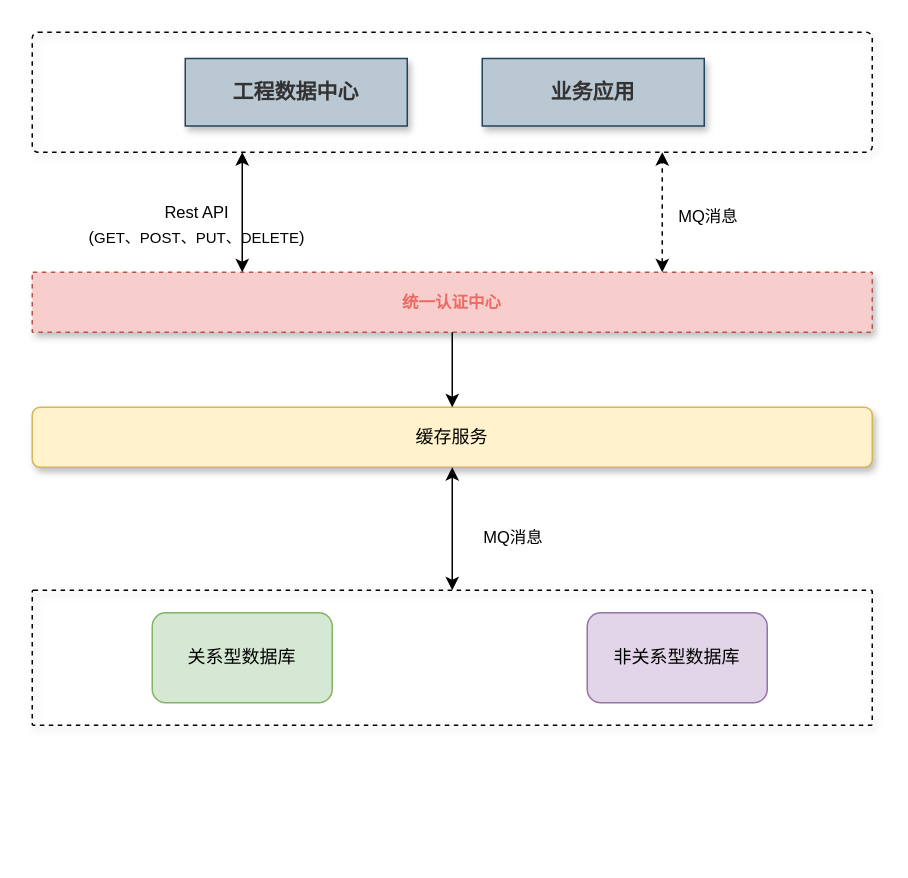
The draw.io diagram page "第 1 页" (1 of 2) of 东庄信息化项目-统一权限管理-同步流程.drawio in sun-beijixing/drawio, before the edit. Source tidied: cells renumbered, new cells numbered last; positions are measured from the earlier drawing's top-left corner, leaving out a move shared by most shapes. Both pictures are drawn from the tidied source at 150%, with x=0, y=0 at pixel (32, 32).
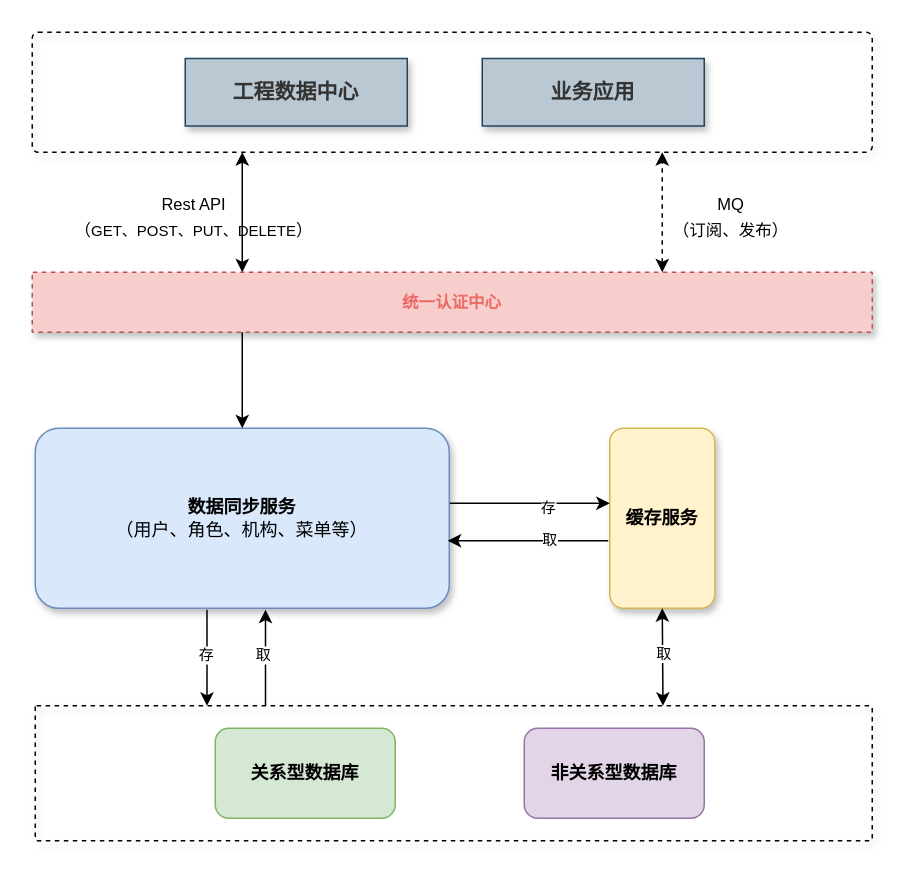
The same diagram, later.

Commit message (it also covers changes not shown here):
更新东庄信息化项目-统一权限管理-同步流程.drawio

The change refers to these unchanged cells:
```xml
<mxCell id="3" style="text;html=1;fillColor=#f8cecc;align=center;verticalAlign=middle;whiteSpace=wrap;fontSize=54;fontStyle=1;shadow=1;rounded=1;glass=0;sketch=0;arcSize=1;dashed=1;strokeWidth=1;strokeColor=#b85450;" parent="1" vertex="1">
  <mxGeometry y="160" width="560" height="40" as="geometry" />
</mxCell>
```

Diff of the diagram source:
```diff
@@
-    <mxCell id="7" value="&lt;font style=&quot;font-size: 11px;&quot;&gt;MQ消息&lt;/font&gt;" style="text;html=1;strokeColor=none;fillColor=none;align=center;verticalAlign=middle;whiteSpace=wrap;rounded=0;shadow=1;fontSize=14;" parent="1" vertex="1">
-      <mxGeometry x="420" y="110" width="62" height="24" as="geometry" />
+    <mxCell id="7" value="&lt;font style=&quot;font-size: 11px;&quot;&gt;MQ&lt;br&gt;（订阅、发布）&lt;br&gt;&lt;/font&gt;" style="text;html=1;strokeColor=none;fillColor=none;align=center;verticalAlign=middle;whiteSpace=wrap;rounded=0;shadow=1;fontSize=14;" parent="1" vertex="1">
+      <mxGeometry x="420" y="110" width="92" height="24" as="geometry" />
     </mxCell>
@@
     <mxCell id="9" style="text;html=1;fillColor=none;align=center;verticalAlign=middle;whiteSpace=wrap;fontSize=54;fontStyle=1;shadow=1;rounded=1;glass=0;sketch=0;arcSize=1;dashed=1;strokeWidth=1;strokeColor=default;" parent="1" vertex="1">
-      <mxGeometry y="372" width="560" height="90" as="geometry" />
+      <mxGeometry x="2" y="449" width="558" height="90" as="geometry" />
     </mxCell>
-    <mxCell id="10" value="关系型数据库" style="rounded=1;whiteSpace=wrap;html=1;fillColor=#d5e8d4;strokeColor=#82b366;" parent="1" vertex="1">
-      <mxGeometry x="80" y="387" width="120" height="60" as="geometry" />
+    <mxCell id="10" value="&lt;b&gt;关系型数据库&lt;/b&gt;" style="rounded=1;whiteSpace=wrap;html=1;fillColor=#d5e8d4;strokeColor=#82b366;" parent="1" vertex="1">
+      <mxGeometry x="122" y="464" width="120" height="60" as="geometry" />
     </mxCell>
-    <mxCell id="11" value="非关系型数据库" style="rounded=1;whiteSpace=wrap;html=1;fillColor=#e1d5e7;strokeColor=#9673a6;" parent="1" vertex="1">
-      <mxGeometry x="370" y="387" width="120" height="60" as="geometry" />
+    <mxCell id="11" value="&lt;b&gt;非关系型数据库&lt;/b&gt;" style="rounded=1;whiteSpace=wrap;html=1;fillColor=#e1d5e7;strokeColor=#9673a6;" parent="1" vertex="1">
+      <mxGeometry x="328" y="464" width="120" height="60" as="geometry" />
     </mxCell>
-    <mxCell id="12" value="缓存服务" style="rounded=1;whiteSpace=wrap;html=1;fillColor=#fff2cc;strokeColor=#d6b656;shadow=1;arcSize=13;" parent="1" vertex="1">
-      <mxGeometry y="250" width="560" height="40" as="geometry" />
+    <mxCell id="12" value="&lt;b&gt;缓存服务&lt;/b&gt;" style="rounded=1;whiteSpace=wrap;html=1;fillColor=#fff2cc;strokeColor=#d6b656;shadow=1;arcSize=13;" parent="1" vertex="1">
+      <mxGeometry x="385" y="264" width="70" height="120" as="geometry" />
     </mxCell>
-    <mxCell id="13" value="&lt;font style=&quot;font-size: 11px;&quot;&gt;Rest API&lt;br&gt;(&lt;/font&gt;&lt;font style=&quot;font-size: 10px;&quot;&gt;GET、POST、PUT、DELETE&lt;/font&gt;&lt;font style=&quot;font-size: 11px;&quot;&gt;)&lt;br&gt;&lt;/font&gt;" style="text;html=1;strokeColor=none;fillColor=none;align=center;verticalAlign=middle;whiteSpace=wrap;rounded=0;shadow=1;fontSize=14;" parent="1" vertex="1">
-      <mxGeometry x="20" y="110" width="180" height="34" as="geometry" />
+    <mxCell id="13" value="&lt;font style=&quot;font-size: 11px;&quot;&gt;Rest API&lt;br&gt;&lt;/font&gt;&lt;font style=&quot;font-size: 11px;&quot;&gt;（&lt;span style=&quot;font-size: 10px;&quot;&gt;GET、POST、PUT、DELETE&lt;/span&gt;）&lt;/font&gt;&lt;font style=&quot;font-size: 11px;&quot;&gt;&lt;br&gt;&lt;/font&gt;" style="text;html=1;strokeColor=none;fillColor=none;align=center;verticalAlign=middle;whiteSpace=wrap;rounded=0;shadow=1;fontSize=14;" parent="1" vertex="1">
+      <mxGeometry x="12" y="104.5" width="192" height="35" as="geometry" />
     </mxCell>
@@
-    <mxCell id="15" style="endArrow=classic;html=1;rounded=0;fontSize=10;entryX=0.5;entryY=0;entryDx=0;entryDy=0;exitX=0.5;exitY=1;exitDx=0;exitDy=0;" parent="1" edge="1" source="3" target="12">
-      <mxGeometry relative="1" as="geometry" />
+    <mxCell id="15" style="endArrow=classic;html=1;rounded=0;fontSize=10;entryX=0;entryY=0.5;entryDx=0;entryDy=0;exitX=1;exitY=0.5;exitDx=0;exitDy=0;" parent="1" edge="1">
+      <mxGeometry relative="1" as="geometry">
+        <mxPoint x="278" y="314" as="sourcePoint" />
+        <mxPoint x="385" y="314" as="targetPoint" />
+      </mxGeometry>
     </mxCell>
+    <mxCell id="18" value="存" style="edgeLabel;html=1;align=center;verticalAlign=middle;fontSize=10;" parent="15" vertex="1">
+      <mxGeometry x="0.21" y="-2" relative="1" as="geometry" />
+    </mxCell>
-    <mxCell id="16" style="endArrow=classic;startArrow=classic;html=1;rounded=0;fontSize=11;fontColor=#000000;strokeColor=#000000;jumpStyle=none;entryX=0.5;entryY=1;entryDx=0;entryDy=0;exitX=0.5;exitY=0;exitDx=0;exitDy=0;" parent="1" edge="1" source="9" target="12">
+    <mxCell id="16" style="endArrow=classic;startArrow=classic;html=1;rounded=0;fontSize=11;fontColor=#000000;strokeColor=#000000;jumpStyle=none;entryX=0.5;entryY=1;entryDx=0;entryDy=0;exitX=0.75;exitY=0;exitDx=0;exitDy=0;" parent="1" edge="1" source="9" target="12">
       <mxGeometry relative="1" as="geometry" />
     </mxCell>
-    <mxCell id="17" value="&lt;font style=&quot;font-size: 11px;&quot;&gt;MQ消息&lt;/font&gt;" style="text;html=1;strokeColor=none;fillColor=none;align=center;verticalAlign=middle;whiteSpace=wrap;rounded=0;shadow=1;fontSize=14;" parent="1" vertex="1">
-      <mxGeometry x="290" y="324" width="62" height="24" as="geometry" />
-    </mxCell>
+    <mxCell id="19" value="取" style="edgeLabel;html=1;align=center;verticalAlign=middle;fontSize=10;" parent="16" vertex="1">
+      <mxGeometry x="-0.38" y="-1" relative="1" as="geometry">
+        <mxPoint x="-1" y="-15" as="offset" />
+      </mxGeometry>
+    </mxCell>
+    <mxCell id="20" value="&lt;b&gt;数据同步服务&lt;/b&gt;&lt;br&gt;（用户、角色、机构、菜单等）" style="rounded=1;whiteSpace=wrap;html=1;fillColor=#dae8fc;strokeColor=#6c8ebf;shadow=1;arcSize=13;" parent="1" vertex="1">
+      <mxGeometry x="2" y="264" width="276" height="120" as="geometry" />
+    </mxCell>
+    <mxCell id="21" style="endArrow=classic;html=1;rounded=0;fontSize=10;entryX=0.5;entryY=0;entryDx=0;entryDy=0;exitX=0.25;exitY=1;exitDx=0;exitDy=0;" parent="1" edge="1" source="3" target="20">
+      <mxGeometry relative="1" as="geometry" />
+    </mxCell>
+    <mxCell id="22" style="endArrow=classic;html=1;rounded=0;fontSize=10;entryX=0.5;entryY=0;entryDx=0;entryDy=0;exitX=0.25;exitY=1;exitDx=0;exitDy=0;" parent="1" edge="1">
+      <mxGeometry relative="1" as="geometry">
+        <mxPoint x="116.5" y="385" as="sourcePoint" />
+        <mxPoint x="116.5" y="449" as="targetPoint" />
+      </mxGeometry>
+    </mxCell>
+    <mxCell id="23" value="存" style="edgeLabel;html=1;align=center;verticalAlign=middle;fontSize=10;" parent="22" vertex="1">
+      <mxGeometry x="-0.34" relative="1" as="geometry">
+        <mxPoint x="-1" y="8" as="offset" />
+      </mxGeometry>
+    </mxCell>
+    <mxCell id="24" style="endArrow=classic;html=1;rounded=0;fontSize=10;entryX=0;entryY=0.5;entryDx=0;entryDy=0;exitX=1;exitY=0.5;exitDx=0;exitDy=0;" parent="1" edge="1">
+      <mxGeometry relative="1" as="geometry">
+        <mxPoint x="384" y="339" as="sourcePoint" />
+        <mxPoint x="277" y="339" as="targetPoint" />
+      </mxGeometry>
+    </mxCell>
+    <mxCell id="25" value="取" style="edgeLabel;html=1;align=center;verticalAlign=middle;fontSize=10;" parent="24" vertex="1">
+      <mxGeometry x="-0.25" y="-2" relative="1" as="geometry" />
+    </mxCell>
+    <mxCell id="26" style="endArrow=classic;html=1;rounded=0;fontSize=10;entryX=0.5;entryY=0;entryDx=0;entryDy=0;exitX=0.25;exitY=1;exitDx=0;exitDy=0;" parent="1" edge="1">
+      <mxGeometry relative="1" as="geometry">
+        <mxPoint x="155.5" y="449" as="sourcePoint" />
+        <mxPoint x="155.5" y="385" as="targetPoint" />
+      </mxGeometry>
+    </mxCell>
+    <mxCell id="27" value="取" style="edgeLabel;html=1;align=center;verticalAlign=middle;fontSize=10;" parent="26" vertex="1">
+      <mxGeometry x="0.41" y="2" relative="1" as="geometry">
+        <mxPoint y="10" as="offset" />
+      </mxGeometry>
+    </mxCell>
```
